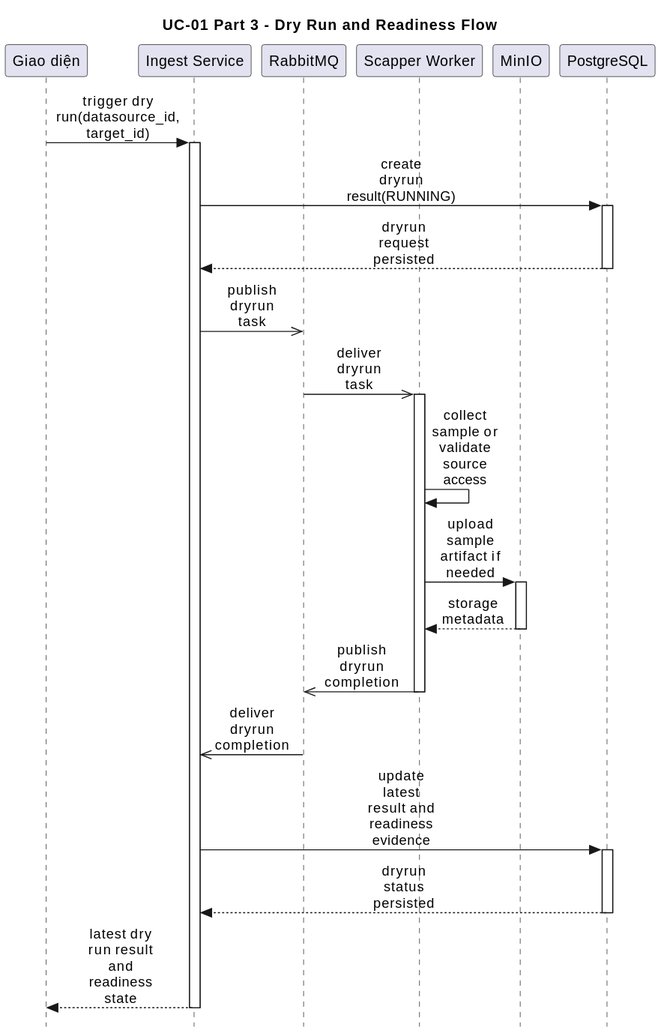
smap-hcmut/report keeps this PlantUML diagram as final-report/images/chapter_5/seq-uc01-dryrun-readiness-flow.svg. Above is the earlier version.
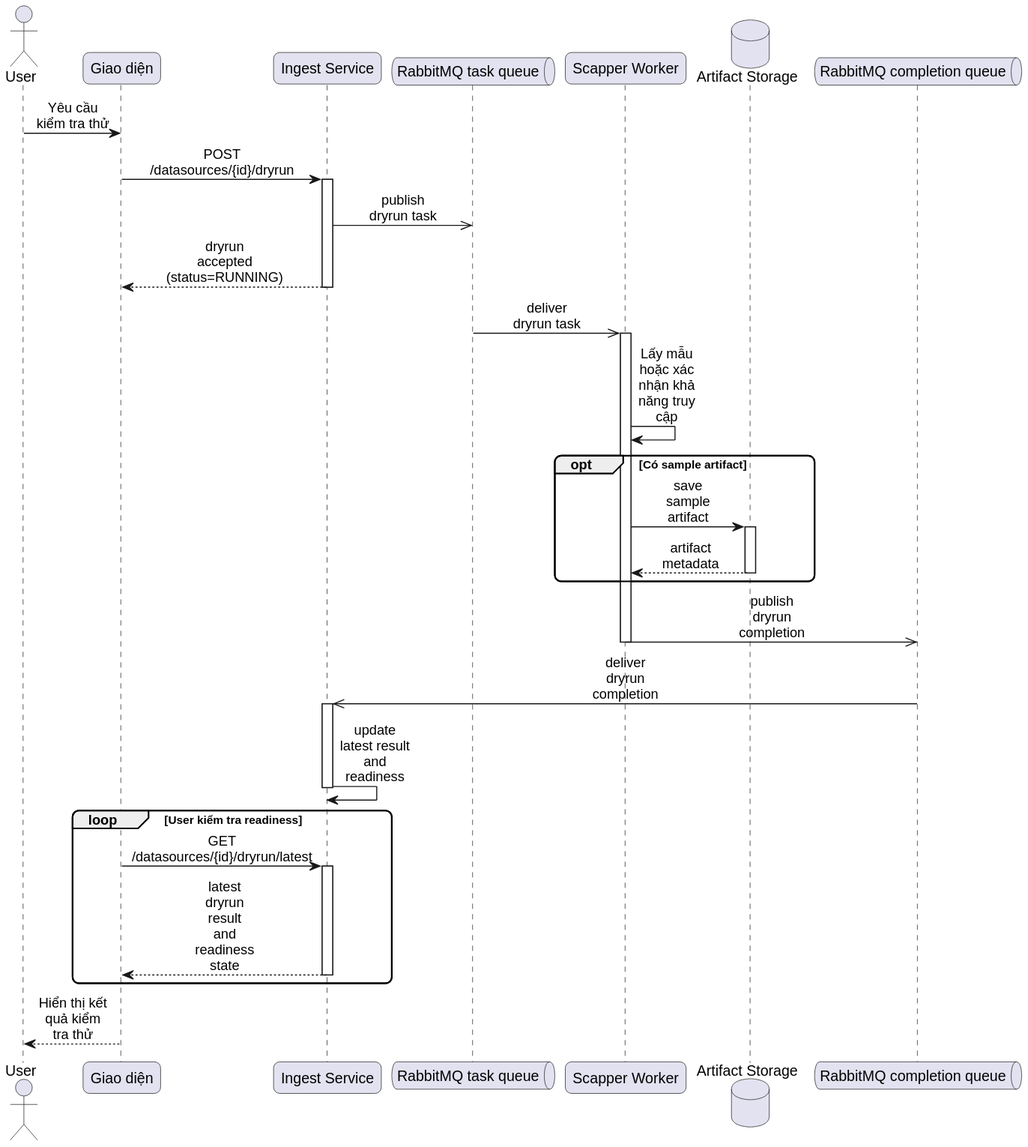
Above is the later version.

What changed in the source:
```diff
@@ -1,41 +1,49 @@
 @startuml
-title UC-01 Part 3 - Dry Run and Readiness Flow
-hide footbox
-skinparam style strictuml
+skinparam defaultFontName Arial
+skinparam shadowing false
 skinparam sequenceMessageAlign center
 skinparam responseMessageBelowArrow true
 skinparam maxMessageSize 70
+skinparam roundcorner 12
 
+actor User
 participant "Giao diện" as UI
 participant "Ingest Service" as IngestService
-participant "RabbitMQ" as RabbitMQ
+queue "RabbitMQ task queue" as TaskQueue
 participant "Scapper Worker" as Worker
-participant "MinIO" as MinIO
-participant "PostgreSQL" as PostgreSQL
+database "Artifact Storage" as Storage
+queue "RabbitMQ completion queue" as CompletionQueue
 
-UI -> IngestService : trigger dry run(datasource_id, target_id)
+User -> UI : Yêu cầu kiểm tra thử
+UI -> IngestService : POST /datasources/{id}/dryrun
 activate IngestService
-IngestService -> PostgreSQL : create dryrun result(RUNNING)
-activate PostgreSQL
-PostgreSQL --> IngestService : dryrun request persisted
-deactivate PostgreSQL
-IngestService ->> RabbitMQ : publish dryrun task
+IngestService ->> TaskQueue : publish dryrun task
+IngestService --> UI : dryrun accepted\n(status=RUNNING)
+deactivate IngestService
 
-RabbitMQ ->> Worker : deliver dryrun task
+TaskQueue ->> Worker : deliver dryrun task
 activate Worker
-Worker -> Worker : collect sample or validate source access
-Worker -> MinIO : upload sample artifact if needed
-activate MinIO
-MinIO --> Worker : storage metadata
-deactivate MinIO
-Worker ->> RabbitMQ : publish dryrun completion
+Worker -> Worker : Lấy mẫu hoặc xác nhận khả năng truy cập
+opt Có sample artifact
+  Worker -> Storage : save sample artifact
+  activate Storage
+  Storage --> Worker : artifact metadata
+  deactivate Storage
+end
+Worker ->> CompletionQueue : publish dryrun completion
 deactivate Worker
 
-RabbitMQ ->> IngestService : deliver dryrun completion
-IngestService -> PostgreSQL : update latest result and readiness evidence
-activate PostgreSQL
-PostgreSQL --> IngestService : dryrun status persisted
-deactivate PostgreSQL
-IngestService --> UI : latest dry run result and readiness state
+CompletionQueue ->> IngestService : deliver dryrun completion
+activate IngestService
+IngestService -> IngestService : update latest result and readiness
 deactivate IngestService
+
+loop User kiểm tra readiness
+  UI -> IngestService : GET /datasources/{id}/dryrun/latest
+  activate IngestService
+  IngestService --> UI : latest dryrun result\nand readiness state
+  deactivate IngestService
+end
+
+UI --> User : Hiển thị kết quả kiểm tra thử
 @enduml
```
